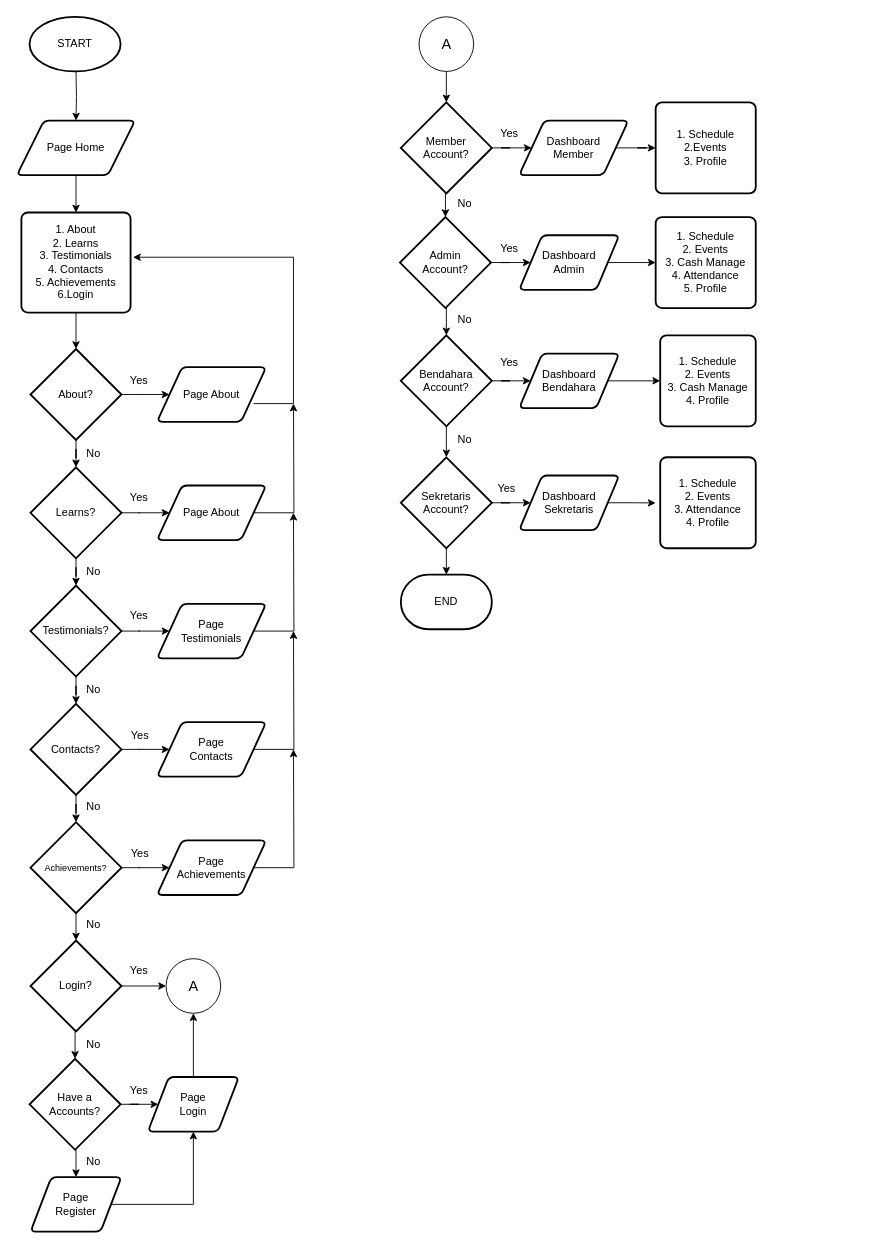
Earlier version of the draw.io diagram Syntax-Web.drawio (dapzz-id/DrawIO). Source tidied: cells renumbered, new cells numbered last; positions are measured from the earlier drawing's top-left corner, leaving out a move shared by most shapes. Both pictures are drawn from the tidied source at 91%, with x=0, y=0 at pixel (16, 16).
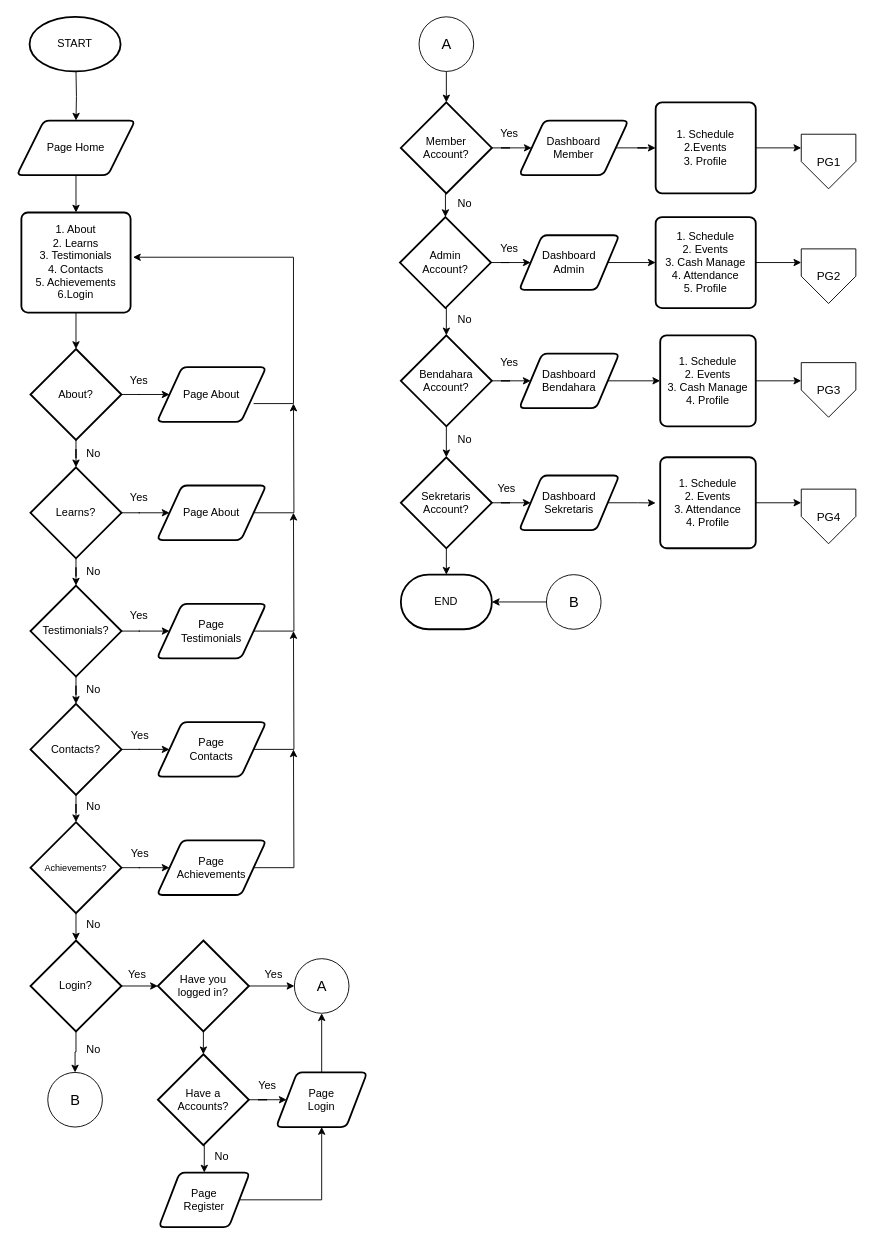
After the change.

Unchanged cells that the change refers to:
```xml
<mxCell id="26" value="Login?" style="strokeWidth=2;html=1;shape=mxgraph.flowchart.decision;whiteSpace=wrap;" parent="1" vertex="1">
  <mxGeometry x="15" y="1015" width="100" height="100" as="geometry" />
</mxCell>
<mxCell id="65" value="1. Schedule&lt;div&gt;2.Events&lt;/div&gt;&lt;div&gt;3. Profile&lt;/div&gt;" style="rounded=1;whiteSpace=wrap;html=1;absoluteArcSize=1;arcSize=14;strokeWidth=2;" parent="1" vertex="1">
  <mxGeometry x="702" y="94" width="110" height="100" as="geometry" />
</mxCell>
<mxCell id="73" value="1. Schedule&lt;div&gt;2. Events&lt;/div&gt;&lt;div&gt;3. Cash Manage&lt;/div&gt;&lt;div&gt;4. Attendance&lt;/div&gt;&lt;div&gt;5. Profile&lt;/div&gt;" style="rounded=1;whiteSpace=wrap;html=1;absoluteArcSize=1;arcSize=14;strokeWidth=2;" parent="1" vertex="1">
  <mxGeometry x="702" y="220" width="110" height="100" as="geometry" />
</mxCell>
<mxCell id="80" value="1. Schedule&lt;div&gt;2. Events&lt;/div&gt;&lt;div&gt;3. Cash Manage&lt;/div&gt;&lt;div&gt;4. Profile&lt;/div&gt;" style="rounded=1;whiteSpace=wrap;html=1;absoluteArcSize=1;arcSize=14;strokeWidth=2;" parent="1" vertex="1">
  <mxGeometry x="707" y="350" width="105" height="100" as="geometry" />
</mxCell>
<mxCell id="89" value="1. Schedule&lt;div&gt;2. Events&lt;/div&gt;&lt;div&gt;3. Attendance&lt;/div&gt;&lt;div&gt;4. Profile&lt;/div&gt;" style="rounded=1;whiteSpace=wrap;html=1;absoluteArcSize=1;arcSize=14;strokeWidth=2;" parent="1" vertex="1">
  <mxGeometry x="707" y="484" width="105" height="100" as="geometry" />
</mxCell>
<mxCell id="90" value="END" style="strokeWidth=2;html=1;shape=mxgraph.flowchart.terminator;whiteSpace=wrap;" parent="1" vertex="1">
  <mxGeometry x="422" y="613" width="100" height="60" as="geometry" />
</mxCell>
```

Diff of the diagram source:
```diff
@@
     <mxCell id="41" value="&lt;font style=&quot;font-size: 12px;&quot;&gt;Have a&lt;/font&gt;&lt;div&gt;&lt;font style=&quot;font-size: 12px;&quot;&gt;Accounts?&lt;/font&gt;&lt;/div&gt;" style="strokeWidth=2;html=1;shape=mxgraph.flowchart.decision;whiteSpace=wrap;" parent="1" vertex="1">
-      <mxGeometry x="14" y="1145" width="100" height="100" as="geometry" />
+      <mxGeometry x="155" y="1140" width="100" height="100" as="geometry" />
     </mxCell>
-    <mxCell id="42" style="edgeStyle=orthogonalEdgeStyle;rounded=0;jettySize=auto;html=1;exitX=0.5;exitY=1;exitDx=0;exitDy=0;exitPerimeter=0;entryX=0.5;entryY=0;entryDx=0;entryDy=0;entryPerimeter=0;" parent="1" edge="1" source="26" target="41">
-      <mxGeometry relative="1" as="geometry" />
-    </mxCell>
@@
     <mxCell id="48" value="Page&lt;div&gt;Login&lt;/div&gt;" style="shape=parallelogram;html=1;strokeWidth=2;perimeter=parallelogramPerimeter;whiteSpace=wrap;rounded=1;arcSize=12;size=0.23;" parent="1" vertex="1">
-      <mxGeometry x="144" y="1165" width="100" height="60" as="geometry" />
+      <mxGeometry x="285" y="1160" width="100" height="60" as="geometry" />
     </mxCell>
     <mxCell id="49" value="Yes" style="text;html=1;align=center;verticalAlign=middle;strokeColor=none;fillColor=none;" parent="1" vertex="1">
-      <mxGeometry x="114" y="1165" width="40" height="30" as="geometry" />
+      <mxGeometry x="255" y="1160" width="40" height="30" as="geometry" />
     </mxCell>
@@
     <mxCell id="51" value="Page&lt;div&gt;Register&lt;/div&gt;" style="shape=parallelogram;html=1;strokeWidth=2;perimeter=parallelogramPerimeter;whiteSpace=wrap;rounded=1;arcSize=12;size=0.23;" parent="1" vertex="1">
-      <mxGeometry x="15" y="1275" width="100" height="60" as="geometry" />
+      <mxGeometry x="156" y="1270" width="100" height="60" as="geometry" />
     </mxCell>
     <mxCell id="52" value="No" style="text;html=1;align=center;verticalAlign=middle;strokeColor=none;fillColor=none;" parent="1" vertex="1">
-      <mxGeometry x="64" y="1243" width="40" height="30" as="geometry" />
+      <mxGeometry x="205" y="1238" width="40" height="30" as="geometry" />
     </mxCell>
     <mxCell id="53" value="&lt;font style=&quot;font-size: 16px;&quot;&gt;A&lt;/font&gt;" style="verticalLabelPosition=middle;verticalAlign=middle;html=1;shape=mxgraph.flowchart.on-page_reference;labelPosition=center;align=center;" parent="1" vertex="1">
-      <mxGeometry x="164" y="1035" width="60" height="60" as="geometry" />
+      <mxGeometry x="305" y="1035" width="60" height="60" as="geometry" />
     </mxCell>
-    <mxCell id="54" style="edgeStyle=orthogonalEdgeStyle;rounded=0;jettySize=auto;html=1;exitX=1;exitY=0.5;exitDx=0;exitDy=0;exitPerimeter=0;entryX=0;entryY=0.5;entryDx=0;entryDy=0;entryPerimeter=0;" parent="1" edge="1" source="26" target="53">
-      <mxGeometry relative="1" as="geometry" />
-    </mxCell>
-    <mxCell id="55" value="Yes" style="text;html=1;align=center;verticalAlign=middle;strokeColor=none;fillColor=none;" parent="1" vertex="1">
-      <mxGeometry x="114" y="1033" width="40" height="30" as="geometry" />
-    </mxCell>
@@
-    <mxCell id="58" value="No" style="text;html=1;align=center;verticalAlign=middle;strokeColor=none;fillColor=none;" parent="1" vertex="1">
-      <mxGeometry x="64" y="1115" width="40" height="30" as="geometry" />
-    </mxCell>
@@
+    <mxCell id="92" style="edgeStyle=orthogonalEdgeStyle;rounded=0;jettySize=auto;html=1;exitX=1;exitY=0.5;exitDx=0;exitDy=0;entryX=0;entryY=0.25;entryDx=0;entryDy=0;" parent="1" edge="1" source="65" target="105">
+      <mxGeometry relative="1" as="geometry" />
+    </mxCell>
@@
+    <mxCell id="93" style="edgeStyle=orthogonalEdgeStyle;rounded=0;jettySize=auto;html=1;exitX=1;exitY=0.5;exitDx=0;exitDy=0;entryX=0;entryY=0.25;entryDx=0;entryDy=0;" parent="1" edge="1" source="73" target="106">
+      <mxGeometry relative="1" as="geometry" />
+    </mxCell>
@@
+    <mxCell id="94" style="edgeStyle=orthogonalEdgeStyle;rounded=0;jettySize=auto;html=1;exitX=1;exitY=0.5;exitDx=0;exitDy=0;entryX=0;entryY=0.25;entryDx=0;entryDy=0;" parent="1" edge="1" source="89" target="108">
+      <mxGeometry relative="1" as="geometry" />
+    </mxCell>
@@
+    <mxCell id="95" value="Have you&lt;div&gt;logged in?&lt;/div&gt;" style="strokeWidth=2;html=1;shape=mxgraph.flowchart.decision;whiteSpace=wrap;" parent="1" vertex="1">
+      <mxGeometry x="155" y="1015" width="100" height="100" as="geometry" />
+    </mxCell>
+    <mxCell id="96" style="edgeStyle=orthogonalEdgeStyle;rounded=0;jettySize=auto;html=1;exitX=1;exitY=0.5;exitDx=0;exitDy=0;exitPerimeter=0;entryX=0;entryY=0.5;entryDx=0;entryDy=0;entryPerimeter=0;" parent="1" edge="1" source="26" target="95">
+      <mxGeometry relative="1" as="geometry" />
+    </mxCell>
+    <mxCell id="97" value="Yes" style="text;html=1;align=center;verticalAlign=middle;strokeColor=none;fillColor=none;" parent="1" vertex="1">
+      <mxGeometry x="112" y="1038" width="40" height="30" as="geometry" />
+    </mxCell>
+    <mxCell id="98" style="edgeStyle=orthogonalEdgeStyle;rounded=0;jettySize=auto;html=1;exitX=0.5;exitY=1;exitDx=0;exitDy=0;exitPerimeter=0;entryX=0.5;entryY=0;entryDx=0;entryDy=0;entryPerimeter=0;" parent="1" edge="1" source="95" target="41">
+      <mxGeometry relative="1" as="geometry" />
+    </mxCell>
+    <mxCell id="99" style="edgeStyle=orthogonalEdgeStyle;rounded=0;jettySize=auto;html=1;exitX=1;exitY=0.5;exitDx=0;exitDy=0;exitPerimeter=0;entryX=0;entryY=0.5;entryDx=0;entryDy=0;entryPerimeter=0;" parent="1" edge="1" source="95" target="53">
+      <mxGeometry relative="1" as="geometry" />
+    </mxCell>
+    <mxCell id="100" value="Yes" style="text;html=1;align=center;verticalAlign=middle;strokeColor=none;fillColor=none;" parent="1" vertex="1">
+      <mxGeometry x="262" y="1038" width="40" height="30" as="geometry" />
+    </mxCell>
+    <mxCell id="101" value="&lt;font style=&quot;font-size: 16px;&quot;&gt;B&lt;/font&gt;" style="verticalLabelPosition=middle;verticalAlign=middle;html=1;shape=mxgraph.flowchart.on-page_reference;labelPosition=center;align=center;" parent="1" vertex="1">
+      <mxGeometry x="34" y="1160" width="60" height="60" as="geometry" />
+    </mxCell>
+    <mxCell id="102" style="edgeStyle=orthogonalEdgeStyle;rounded=0;jettySize=auto;html=1;exitX=0.5;exitY=1;exitDx=0;exitDy=0;exitPerimeter=0;entryX=0.5;entryY=0;entryDx=0;entryDy=0;entryPerimeter=0;" parent="1" edge="1" source="26" target="101">
+      <mxGeometry relative="1" as="geometry" />
+    </mxCell>
+    <mxCell id="58" value="No" style="text;html=1;align=center;verticalAlign=middle;strokeColor=none;fillColor=none;" parent="1" vertex="1">
+      <mxGeometry x="64" y="1120" width="40" height="30" as="geometry" />
+    </mxCell>
+    <mxCell id="103" value="&lt;font style=&quot;font-size: 16px;&quot;&gt;B&lt;/font&gt;" style="verticalLabelPosition=middle;verticalAlign=middle;html=1;shape=mxgraph.flowchart.on-page_reference;labelPosition=center;align=center;" parent="1" vertex="1">
+      <mxGeometry x="582" y="613" width="60" height="60" as="geometry" />
+    </mxCell>
+    <mxCell id="104" style="edgeStyle=orthogonalEdgeStyle;rounded=0;jettySize=auto;html=1;exitX=0;exitY=0.5;exitDx=0;exitDy=0;exitPerimeter=0;entryX=1;entryY=0.5;entryDx=0;entryDy=0;entryPerimeter=0;" parent="1" edge="1" source="103" target="90">
+      <mxGeometry relative="1" as="geometry" />
+    </mxCell>
+    <mxCell id="105" value="PG1" style="verticalLabelPosition=middle;verticalAlign=middle;html=1;shape=offPageConnector;rounded=0;size=0.5;labelPosition=center;align=center;fontSize=13;" parent="1" vertex="1">
+      <mxGeometry x="862" y="129" width="60" height="60" as="geometry" />
+    </mxCell>
+    <mxCell id="106" value="PG2" style="verticalLabelPosition=middle;verticalAlign=middle;html=1;shape=offPageConnector;rounded=0;size=0.5;labelPosition=center;align=center;fontSize=13;" parent="1" vertex="1">
+      <mxGeometry x="862" y="255" width="60" height="60" as="geometry" />
+    </mxCell>
+    <mxCell id="107" value="PG3" style="verticalLabelPosition=middle;verticalAlign=middle;html=1;shape=offPageConnector;rounded=0;size=0.5;labelPosition=center;align=center;fontSize=13;" parent="1" vertex="1">
+      <mxGeometry x="862" y="380" width="60" height="60" as="geometry" />
+    </mxCell>
+    <mxCell id="108" value="PG4" style="verticalLabelPosition=middle;verticalAlign=middle;html=1;shape=offPageConnector;rounded=0;size=0.5;labelPosition=center;align=center;fontSize=13;" parent="1" vertex="1">
+      <mxGeometry x="862" y="519" width="60" height="60" as="geometry" />
+    </mxCell>
+    <mxCell id="109" style="edgeStyle=orthogonalEdgeStyle;rounded=0;jettySize=auto;html=1;exitX=1;exitY=0.5;exitDx=0;exitDy=0;entryX=0;entryY=0.333;entryDx=0;entryDy=0;entryPerimeter=0;" parent="1" edge="1" source="80" target="107">
+      <mxGeometry relative="1" as="geometry" />
+    </mxCell>
```
